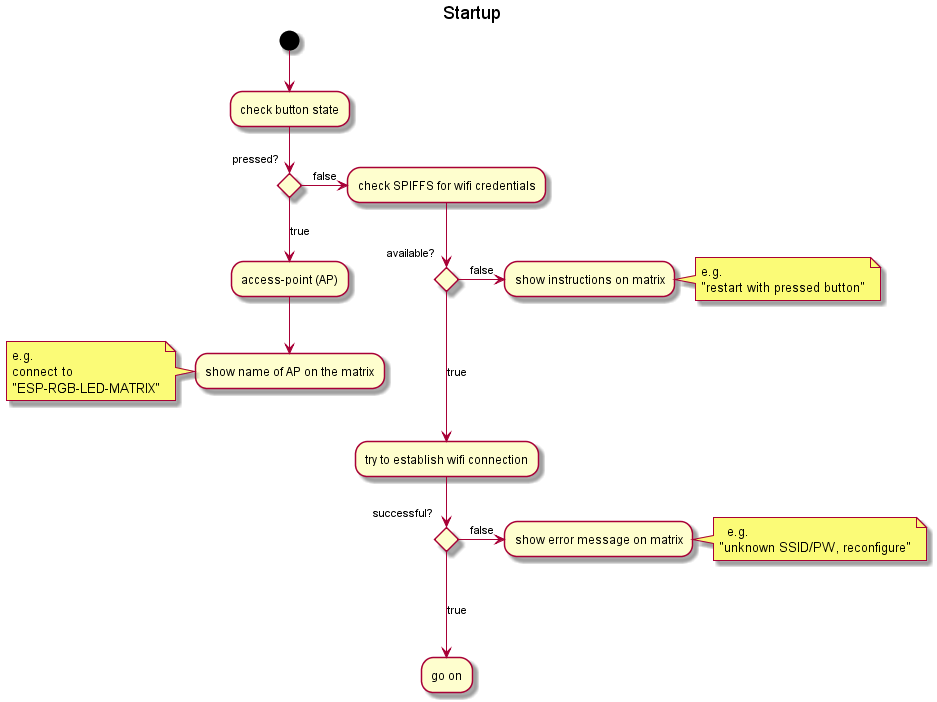
Before: doc/design/startup.png, a diagram exported from PlantUML (BlueAndi/Pixelix).
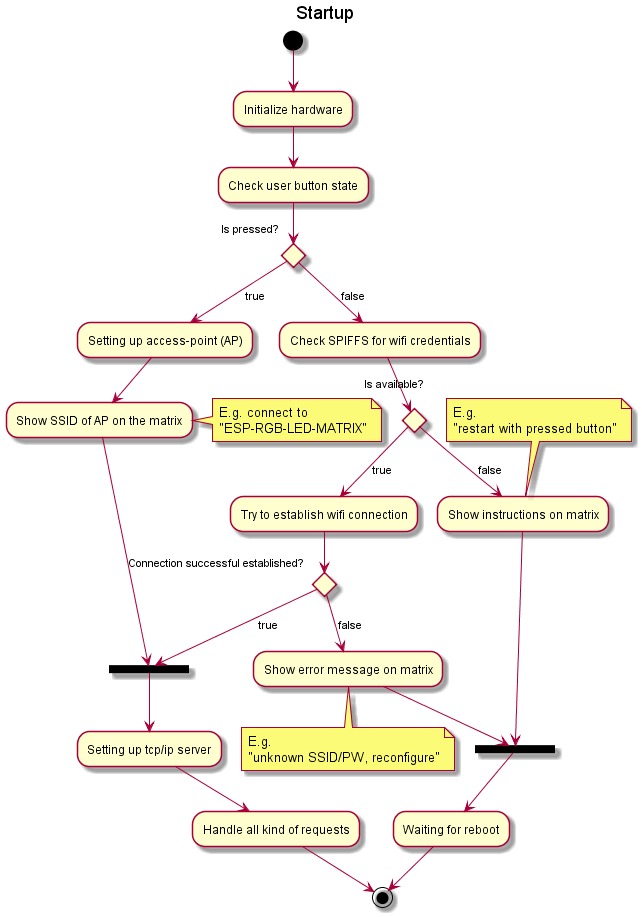
After the commit.

Commit message:
Startup extended.

Change to the diagram source:
```diff
@@ -1,38 +1,47 @@
 @startuml
 title Startup
 
-(*)--> "check button state"
-if "pressed?" then
-  -right-> [false] "check SPIFFS for wifi credentials"
-  if "available?" then
-    -right-> [false] "show instructions on matrix"
+(*) --> "Initialize hardware"
+
+--> "Check user button state"
+
+if "Is pressed?" then
+    --> [false] "Check SPIFFS for wifi credentials"
+    if "Is available?" then
+        --> [false] "Show instructions on matrix"
+        note top
+            E.g.
+            "restart with pressed button"
+        end note
+        --> ===Failed===
+    else
+        --> [true] "Try to establish wifi connection"
+        if "Connection successful established?" then
+            --> [false] "Show error message on matrix"
+            note bottom
+                E.g.
+                "unknown SSID/PW, reconfigure"
+            end note
+            --> ===Failed===
+        else
+            --> [true] ===Success===
+        endif
+    endif
+else
+    --> [true] "Setting up access-point (AP)"
+    --> "Show SSID of AP on the matrix"
     note right
-      e.g.
-      "restart with pressed button"
+        E.g. connect to
+        "ESP-RGB-LED-MATRIX"
     end note
-  else
-    ---> [true] "try to establish wifi connection"
-    if "successful?" then
-    -right-> [false] "show error message on matrix"
-    note right
-      e.g.
-    "unknown SSID/PW, reconfigure"
-    end note
-  else
-    ---> [true] "go on"
-
-  endif
-
-  endif
-  else
-  --> [true] "access-point (AP)"
-  --> show name of AP on the matrix
-  Note left
-  e.g.
-  connect to
-  "ESP-RGB-LED-MATRIX"
-  end note
-
+    --> ===Success===
 endif
 
+===Failed=== --> "Waiting for reboot"
+--> (*)
+
+===Success=== --> "Setting up tcp/ip server"
+--> "Handle all kind of requests"
+--> (*)
+
 @enduml
```
